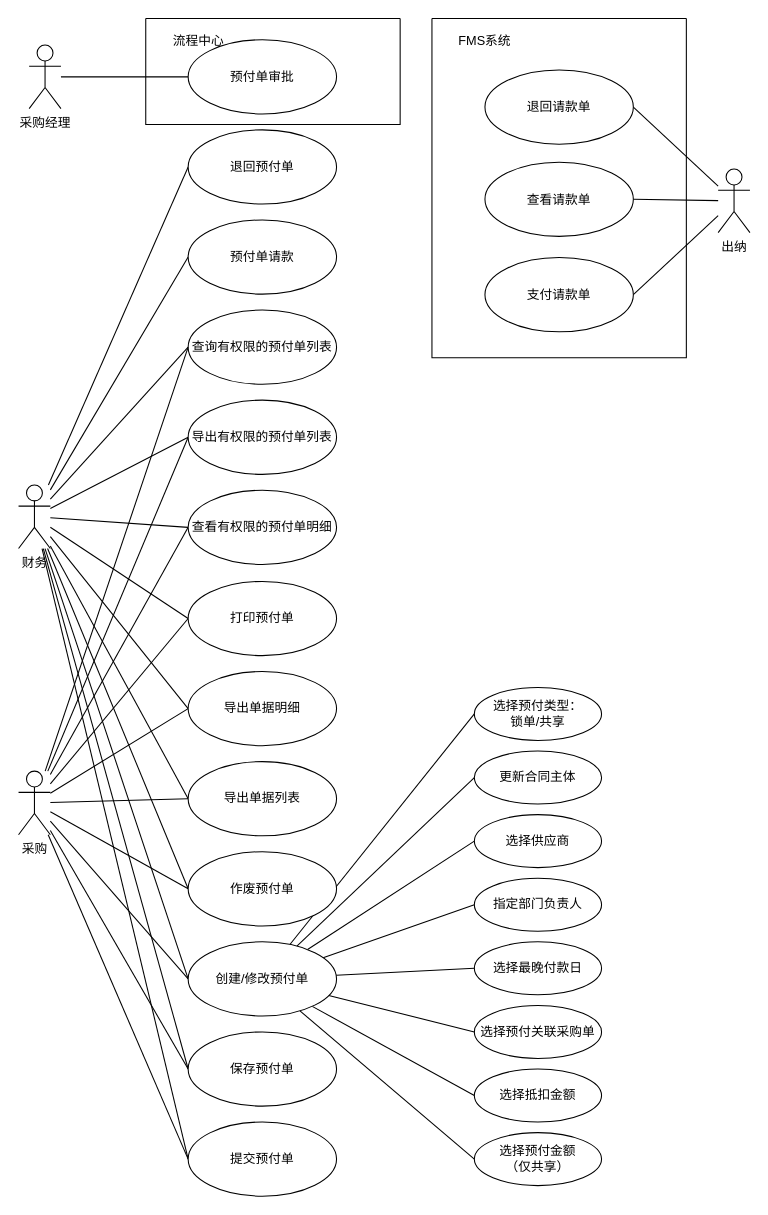
This is page "预付用例" (2 of 4) of 预付流程.drawio from clinkz/whatgithubis, a draw.io file, before an edit. Source tidied: cells renumbered, new cells numbered last; positions are measured from the earlier drawing's top-left corner, leaving out a move shared by most shapes. Both pictures are drawn from the tidied source at 106%, with x=0, y=0 at pixel (18, 18).
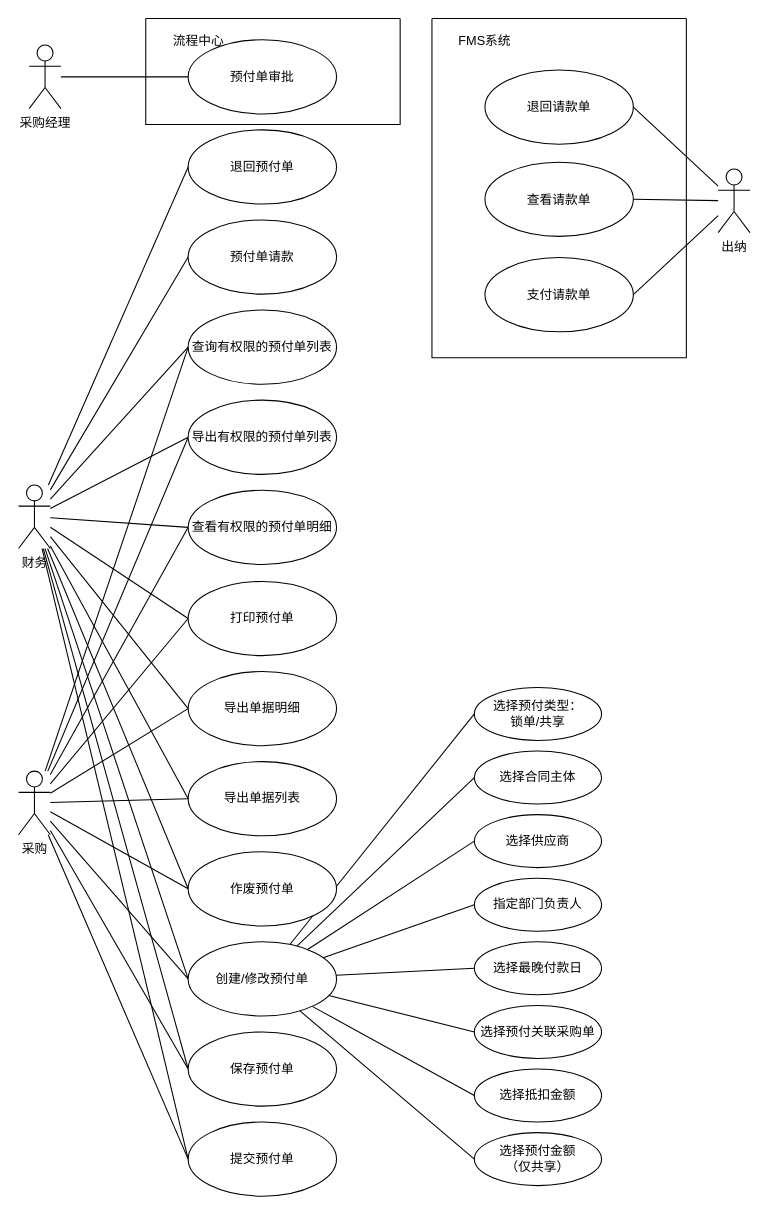
After the change.

Change to the diagram source:
```diff
@@
-    <mxCell id="48" value="更新合同主体" style="ellipse;whiteSpace=wrap;html=1;shadow=0;fontColor=#000000;" parent="1" vertex="1">
+    <mxCell id="48" value="选择合同主体" style="ellipse;whiteSpace=wrap;html=1;shadow=0;fontColor=#000000;" parent="1" vertex="1">
       <mxGeometry x="430" y="691" width="120" height="50" as="geometry" />
     </mxCell>
```
